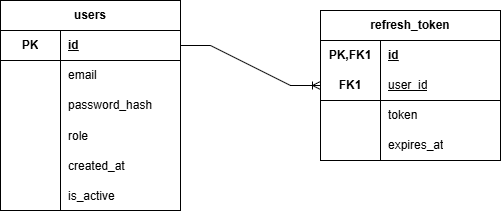
Before: docs/ER-диаграмма_auth.png, a diagram exported from draw.io (Michail19/FlowAct). Source tidied: cells renumbered, new cells last; positions are measured from the earlier drawing's top-left corner, leaving out a move shared by most shapes. Its diagram source:
```xml
<mxGraphModel>
  <root>
    <mxCell id="0" />
    <mxCell id="1" parent="0" />
    <mxCell id="2" value="users" style="shape=table;startSize=30;rowLines=0;fontStyle=1;align=center;html=1;whiteSpace=wrap;" parent="1" vertex="1">
      <mxGeometry width="180" height="210" as="geometry" />
    </mxCell>
    <mxCell id="3" style="shape=tableRow;horizontal=0;startSize=0;swimlaneHead=0;swimlaneBody=0;fillColor=none;points=[[0,0.5],[1,0.5]];portConstraint=eastwest;top=0;left=0;right=0;bottom=1;html=1;" parent="2" vertex="1">
      <mxGeometry y="30" width="180" height="30" as="geometry" />
    </mxCell>
    <mxCell id="4" value="PK" style="shape=partialRectangle;fillColor=none;top=0;left=0;bottom=0;right=0;fontStyle=1;overflow=hidden;html=1;whiteSpace=wrap;" parent="3" vertex="1">
      <mxGeometry width="60" height="30" as="geometry" />
    </mxCell>
    <mxCell id="5" value="id" style="shape=partialRectangle;fillColor=none;top=0;left=0;bottom=0;right=0;align=left;spacingLeft=6;fontStyle=5;overflow=hidden;html=1;whiteSpace=wrap;" parent="3" vertex="1">
      <mxGeometry x="60" width="120" height="30" as="geometry" />
    </mxCell>
    <mxCell id="6" style="shape=tableRow;horizontal=0;startSize=0;swimlaneHead=0;swimlaneBody=0;fillColor=none;top=0;left=0;right=0;bottom=0;html=1;" parent="2" vertex="1">
      <mxGeometry y="60" width="180" height="30" as="geometry" />
    </mxCell>
    <mxCell id="7" style="shape=partialRectangle;fillColor=none;top=0;left=0;bottom=0;right=0;overflow=hidden;html=1;whiteSpace=wrap;" parent="6" vertex="1">
      <mxGeometry width="60" height="30" as="geometry" />
    </mxCell>
    <mxCell id="8" value="email" style="shape=partialRectangle;fillColor=none;top=0;left=0;bottom=0;right=0;align=left;spacingLeft=6;overflow=hidden;html=1;whiteSpace=wrap;" parent="6" vertex="1">
      <mxGeometry x="60" width="120" height="30" as="geometry" />
    </mxCell>
    <mxCell id="9" style="shape=tableRow;horizontal=0;startSize=0;swimlaneHead=0;swimlaneBody=0;fillColor=none;top=0;left=0;right=0;bottom=0;html=1;" parent="2" vertex="1">
      <mxGeometry y="90" width="180" height="30" as="geometry" />
    </mxCell>
    <mxCell id="10" style="shape=partialRectangle;fillColor=none;top=0;left=0;bottom=0;right=0;overflow=hidden;html=1;whiteSpace=wrap;" parent="9" vertex="1">
      <mxGeometry width="60" height="30" as="geometry" />
    </mxCell>
    <mxCell id="11" value="password_hash" style="shape=partialRectangle;fillColor=none;top=0;left=0;bottom=0;right=0;align=left;spacingLeft=6;overflow=hidden;html=1;whiteSpace=wrap;" parent="9" vertex="1">
      <mxGeometry x="60" width="120" height="30" as="geometry" />
    </mxCell>
    <mxCell id="12" style="shape=tableRow;horizontal=0;startSize=0;swimlaneHead=0;swimlaneBody=0;fillColor=none;top=0;left=0;right=0;bottom=0;" parent="2" vertex="1">
      <mxGeometry y="120" width="180" height="30" as="geometry" />
    </mxCell>
    <mxCell id="13" style="shape=partialRectangle;fillColor=none;top=0;left=0;bottom=0;right=0;overflow=hidden;" parent="12" vertex="1">
      <mxGeometry width="60" height="30" as="geometry" />
    </mxCell>
    <mxCell id="14" value="role" style="shape=partialRectangle;fillColor=none;top=0;left=0;bottom=0;right=0;align=left;spacingLeft=6;overflow=hidden;" parent="12" vertex="1">
      <mxGeometry x="60" width="120" height="30" as="geometry" />
    </mxCell>
    <mxCell id="15" style="shape=tableRow;horizontal=0;startSize=0;swimlaneHead=0;swimlaneBody=0;fillColor=none;top=0;left=0;right=0;bottom=0;" parent="2" vertex="1">
      <mxGeometry y="150" width="180" height="30" as="geometry" />
    </mxCell>
    <mxCell id="16" style="shape=partialRectangle;fillColor=none;top=0;left=0;bottom=0;right=0;overflow=hidden;" parent="15" vertex="1">
      <mxGeometry width="60" height="30" as="geometry" />
    </mxCell>
    <mxCell id="17" value="created_at" style="shape=partialRectangle;fillColor=none;top=0;left=0;bottom=0;right=0;align=left;spacingLeft=6;overflow=hidden;" parent="15" vertex="1">
      <mxGeometry x="60" width="120" height="30" as="geometry" />
    </mxCell>
    <mxCell id="18" style="shape=tableRow;horizontal=0;startSize=0;swimlaneHead=0;swimlaneBody=0;fillColor=none;top=0;left=0;right=0;bottom=0;" parent="2" vertex="1">
      <mxGeometry y="180" width="180" height="30" as="geometry" />
    </mxCell>
    <mxCell id="19" style="shape=partialRectangle;fillColor=none;top=0;left=0;bottom=0;right=0;overflow=hidden;" parent="18" vertex="1">
      <mxGeometry width="60" height="30" as="geometry" />
    </mxCell>
    <mxCell id="20" value="is_active" style="shape=partialRectangle;fillColor=none;top=0;left=0;bottom=0;right=0;align=left;spacingLeft=6;overflow=hidden;" parent="18" vertex="1">
      <mxGeometry x="60" width="120" height="30" as="geometry" />
    </mxCell>
    <mxCell id="21" value="refresh_token" style="shape=table;startSize=30;rowLines=0;fontStyle=1;align=center;html=1;whiteSpace=wrap;" parent="1" vertex="1">
      <mxGeometry x="320" y="10" width="180" height="150" as="geometry" />
    </mxCell>
    <mxCell id="22" style="shape=tableRow;horizontal=0;startSize=0;swimlaneHead=0;swimlaneBody=0;fillColor=none;top=0;left=0;right=0;bottom=0;html=1;" parent="21" vertex="1">
      <mxGeometry y="30" width="180" height="30" as="geometry" />
    </mxCell>
    <mxCell id="23" value="PK,FK1" style="shape=partialRectangle;fillColor=none;top=0;left=0;bottom=0;right=0;fontStyle=1;overflow=hidden;html=1;whiteSpace=wrap;" parent="22" vertex="1">
      <mxGeometry width="60" height="30" as="geometry" />
    </mxCell>
    <mxCell id="24" value="id" style="shape=partialRectangle;fillColor=none;top=0;left=0;bottom=0;right=0;align=left;spacingLeft=6;fontStyle=5;overflow=hidden;html=1;whiteSpace=wrap;" parent="22" vertex="1">
      <mxGeometry x="60" width="120" height="30" as="geometry" />
    </mxCell>
    <mxCell id="25" style="shape=tableRow;horizontal=0;startSize=0;swimlaneHead=0;swimlaneBody=0;fillColor=none;points=[[0,0.5],[1,0.5]];portConstraint=eastwest;top=0;left=0;right=0;bottom=1;html=1;" parent="21" vertex="1">
      <mxGeometry y="60" width="180" height="30" as="geometry" />
    </mxCell>
    <mxCell id="26" value="&lt;div&gt;&lt;span style=&quot;background-color: transparent; color: light-dark(rgb(0, 0, 0), rgb(255, 255, 255));&quot;&gt;FK1&lt;/span&gt;&lt;/div&gt;" style="shape=partialRectangle;fillColor=none;top=0;left=0;bottom=0;right=0;fontStyle=1;overflow=hidden;html=1;whiteSpace=wrap;" parent="25" vertex="1">
      <mxGeometry width="60" height="30" as="geometry" />
    </mxCell>
    <mxCell id="27" value="&lt;span style=&quot;font-weight: 400;&quot;&gt;user_id&lt;/span&gt;" style="shape=partialRectangle;fillColor=none;top=0;left=0;bottom=0;right=0;align=left;spacingLeft=6;fontStyle=5;overflow=hidden;html=1;whiteSpace=wrap;" parent="25" vertex="1">
      <mxGeometry x="60" width="120" height="30" as="geometry" />
    </mxCell>
    <mxCell id="28" style="shape=tableRow;horizontal=0;startSize=0;swimlaneHead=0;swimlaneBody=0;fillColor=none;top=0;left=0;right=0;bottom=0;html=1;" parent="21" vertex="1">
      <mxGeometry y="90" width="180" height="30" as="geometry" />
    </mxCell>
    <mxCell id="29" style="shape=partialRectangle;fillColor=none;top=0;left=0;bottom=0;right=0;overflow=hidden;html=1;whiteSpace=wrap;" parent="28" vertex="1">
      <mxGeometry width="60" height="30" as="geometry" />
    </mxCell>
    <mxCell id="30" value="token" style="shape=partialRectangle;fillColor=none;top=0;left=0;bottom=0;right=0;align=left;spacingLeft=6;overflow=hidden;html=1;whiteSpace=wrap;" parent="28" vertex="1">
      <mxGeometry x="60" width="120" height="30" as="geometry" />
    </mxCell>
    <mxCell id="31" style="shape=tableRow;horizontal=0;startSize=0;swimlaneHead=0;swimlaneBody=0;fillColor=none;top=0;left=0;right=0;bottom=0;html=1;" parent="21" vertex="1">
      <mxGeometry y="120" width="180" height="30" as="geometry" />
    </mxCell>
    <mxCell id="32" style="shape=partialRectangle;fillColor=none;top=0;left=0;bottom=0;right=0;overflow=hidden;html=1;whiteSpace=wrap;" parent="31" vertex="1">
      <mxGeometry width="60" height="30" as="geometry" />
    </mxCell>
    <mxCell id="33" value="expires_at" style="shape=partialRectangle;fillColor=none;top=0;left=0;bottom=0;right=0;align=left;spacingLeft=6;overflow=hidden;html=1;whiteSpace=wrap;" parent="31" vertex="1">
      <mxGeometry x="60" width="120" height="30" as="geometry" />
    </mxCell>
    <mxCell id="34" style="edgeStyle=entityRelationEdgeStyle;fontSize=12;html=1;endArrow=ERoneToMany;rounded=0;exitX=1;exitY=0.5;exitDx=0;exitDy=0;entryX=0;entryY=0.5;entryDx=0;entryDy=0;" parent="1" edge="1" source="3" target="25">
      <mxGeometry relative="1" as="geometry" />
    </mxCell>
  </root>
</mxGraphModel>
```
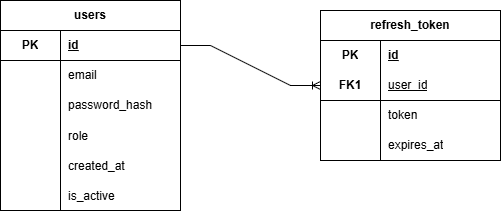
Above is the later version.

Change to the diagram source:
```diff
@@ -65,7 +65,7 @@
     <mxCell id="22" style="shape=tableRow;horizontal=0;startSize=0;swimlaneHead=0;swimlaneBody=0;fillColor=none;top=0;left=0;right=0;bottom=0;html=1;" parent="21" vertex="1">
       <mxGeometry y="30" width="180" height="30" as="geometry" />
     </mxCell>
-    <mxCell id="23" value="PK,FK1" style="shape=partialRectangle;fillColor=none;top=0;left=0;bottom=0;right=0;fontStyle=1;overflow=hidden;html=1;whiteSpace=wrap;" parent="22" vertex="1">
+    <mxCell id="23" value="PK" style="shape=partialRectangle;fillColor=none;top=0;left=0;bottom=0;right=0;fontStyle=1;overflow=hidden;html=1;whiteSpace=wrap;" parent="22" vertex="1">
       <mxGeometry width="60" height="30" as="geometry" />
     </mxCell>
     <mxCell id="24" value="id" style="shape=partialRectangle;fillColor=none;top=0;left=0;bottom=0;right=0;align=left;spacingLeft=6;fontStyle=5;overflow=hidden;html=1;whiteSpace=wrap;" parent="22" vertex="1">
```
